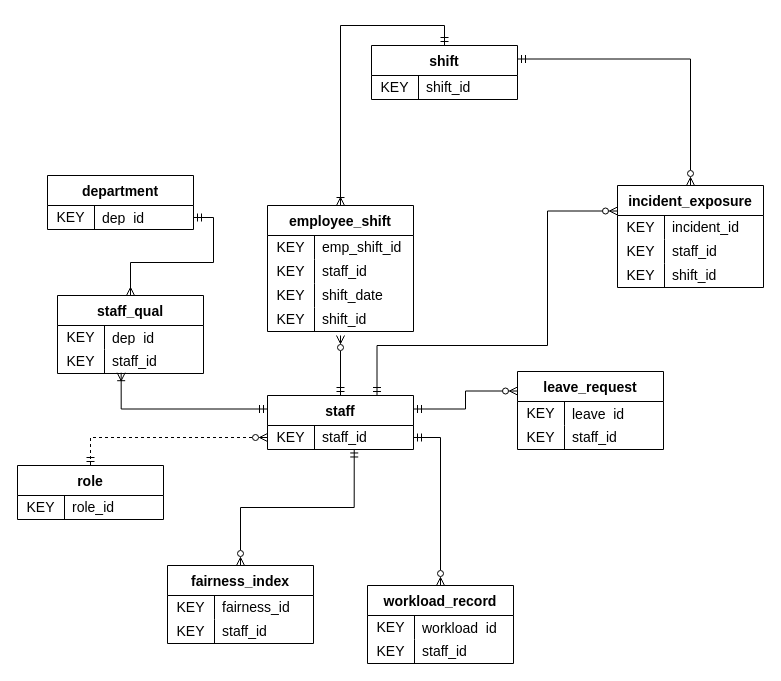
This is rostering_system/sql_stuff/conceptual.drawio from Sahillionaire/medhack, a draw.io file, before an edit. Source tidied: cells renumbered, new cells numbered last; positions are measured from the earlier drawing's top-left corner, leaving out a move shared by most shapes. Both pictures are drawn from the tidied source at 100%, with x=0, y=0 at pixel (17, 45).
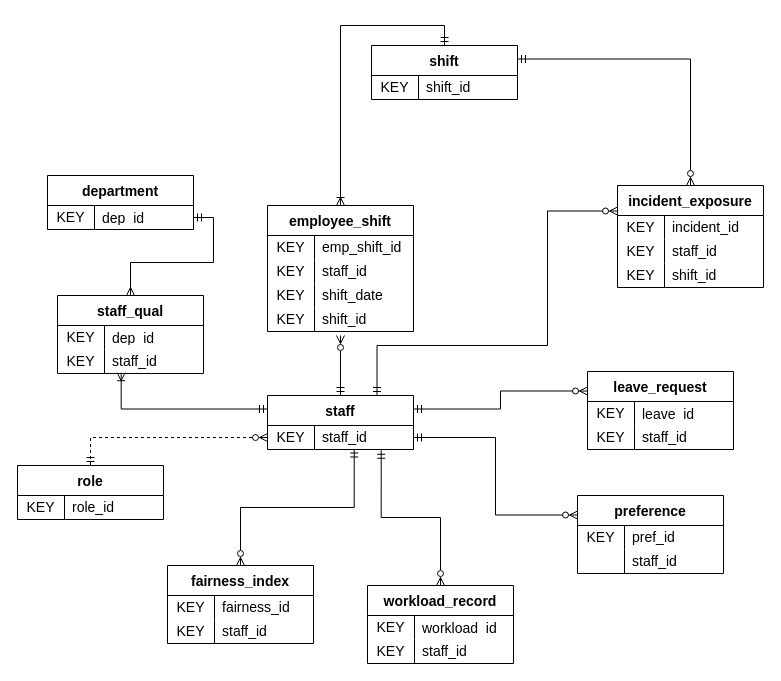
The same diagram, later.

Commit message:
added preference entrity

Unchanged cells that the change refers to:
```xml
<mxCell id="5" style="shape=tableRow;horizontal=0;startSize=0;swimlaneHead=0;swimlaneBody=0;top=0;left=0;bottom=0;right=0;fillColor=none;points=[[0,0.5],[1,0.5]];portConstraint=eastwest;strokeColor=inherit;fontSize=16;" parent="4" vertex="1">
  <mxGeometry y="30" width="146" height="24" as="geometry" />
</mxCell>
<mxCell id="43" value="workload_record" style="shape=table;startSize=30;childLayout=tableLayout;rowLines=0;fontStyle=1;fontSize=14;strokeWidth=1;rounded=0;" parent="1" vertex="1">
  <mxGeometry x="350" y="540" width="146" height="78" as="geometry" />
</mxCell>
```

What changed in the source:
```diff
@@
     <mxCell id="35" value="leave_request" style="shape=table;startSize=30;childLayout=tableLayout;rowLines=0;fontStyle=1;fontSize=14;strokeWidth=1;rounded=0;" parent="1" vertex="1">
-      <mxGeometry x="500" y="326" width="146" height="78" as="geometry" />
+      <mxGeometry x="570" y="326" width="146" height="78" as="geometry" />
     </mxCell>
@@
-    <mxCell id="42" style="edgeStyle=orthogonalEdgeStyle;rounded=0;jettySize=auto;html=1;exitX=0.5;exitY=0;exitDx=0;exitDy=0;entryX=1;entryY=0.5;entryDx=0;entryDy=0;startArrow=ERzeroToMany;startFill=0;endArrow=ERmandOne;endFill=0;" parent="1" edge="1" source="43" target="5">
+    <mxCell id="42" style="edgeStyle=orthogonalEdgeStyle;rounded=0;jettySize=auto;html=1;exitX=0.5;exitY=0;exitDx=0;exitDy=0;entryX=0.779;entryY=1.031;entryDx=0;entryDy=0;startArrow=ERzeroToMany;startFill=0;endArrow=ERmandOne;endFill=0;entryPerimeter=0;" parent="1" edge="1" source="43" target="5">
       <mxGeometry relative="1" as="geometry" />
     </mxCell>
@@
+    <mxCell id="79" style="edgeStyle=orthogonalEdgeStyle;rounded=0;jettySize=auto;html=1;exitX=0;exitY=0.25;exitDx=0;exitDy=0;entryX=1;entryY=0.5;entryDx=0;entryDy=0;startArrow=ERzeroToMany;startFill=0;endArrow=ERmandOne;endFill=0;" parent="1" edge="1" source="80" target="5">
+      <mxGeometry relative="1" as="geometry" />
+    </mxCell>
+    <mxCell id="80" value="preference" style="shape=table;startSize=30;childLayout=tableLayout;rowLines=0;fontStyle=1;fontSize=14;strokeWidth=1;rounded=0;" parent="1" vertex="1">
+      <mxGeometry x="560" y="450" width="146" height="78" as="geometry" />
+    </mxCell>
+    <mxCell id="81" style="shape=tableRow;horizontal=0;startSize=0;swimlaneHead=0;swimlaneBody=0;top=0;left=0;bottom=0;right=0;fillColor=none;strokeColor=inherit;fontSize=16;" parent="80" vertex="1">
+      <mxGeometry y="30" width="146" height="24" as="geometry" />
+    </mxCell>
+    <mxCell id="82" value="KEY" style="shape=partialRectangle;html=1;whiteSpace=wrap;fillColor=none;top=0;left=0;bottom=0;right=0;overflow=hidden;strokeColor=inherit;fontSize=14;" parent="81" vertex="1">
+      <mxGeometry width="47" height="24" as="geometry" />
+    </mxCell>
+    <mxCell id="83" value="pref_id" style="shape=partialRectangle;html=1;whiteSpace=wrap;fillColor=none;top=0;left=0;bottom=0;right=0;align=left;spacingLeft=6;overflow=hidden;strokeColor=inherit;fontSize=14;spacing=2;spacingBottom=0;" parent="81" vertex="1">
+      <mxGeometry x="47" width="99" height="24" as="geometry" />
+    </mxCell>
+    <mxCell id="84" style="shape=tableRow;horizontal=0;startSize=0;swimlaneHead=0;swimlaneBody=0;top=0;left=0;bottom=0;right=0;fillColor=none;strokeColor=inherit;fontSize=16;" parent="80" vertex="1">
+      <mxGeometry y="54" width="146" height="24" as="geometry" />
+    </mxCell>
+    <mxCell id="85" style="shape=partialRectangle;html=1;whiteSpace=wrap;fillColor=none;top=0;left=0;bottom=0;right=0;overflow=hidden;strokeColor=inherit;fontSize=14;" parent="84" vertex="1">
+      <mxGeometry width="47" height="24" as="geometry" />
+    </mxCell>
+    <mxCell id="86" value="staff_id" style="shape=partialRectangle;html=1;whiteSpace=wrap;fillColor=none;top=0;left=0;bottom=0;right=0;align=left;spacingLeft=6;overflow=hidden;strokeColor=inherit;fontSize=14;" parent="84" vertex="1">
+      <mxGeometry x="47" width="99" height="24" as="geometry" />
+    </mxCell>
```
